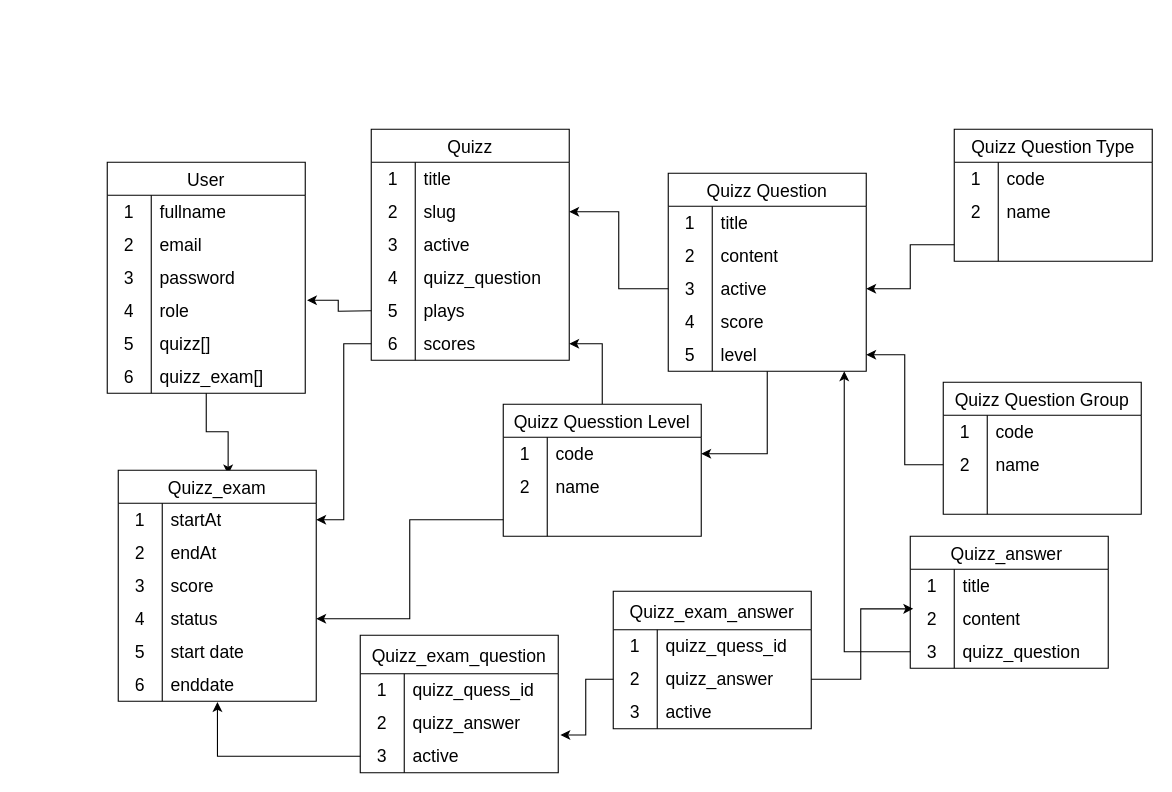
Before: Biểu đồ không có tiêu đề.drawio in dangtienhungdev/porfolio-sale-course, a draw.io diagram. Source tidied: cells renumbered, new cells numbered last; positions are measured from the earlier drawing's top-left corner, leaving out a move shared by most shapes. Both pictures are drawn from the tidied source at 110%, with x=0, y=0 at pixel (107, 129).
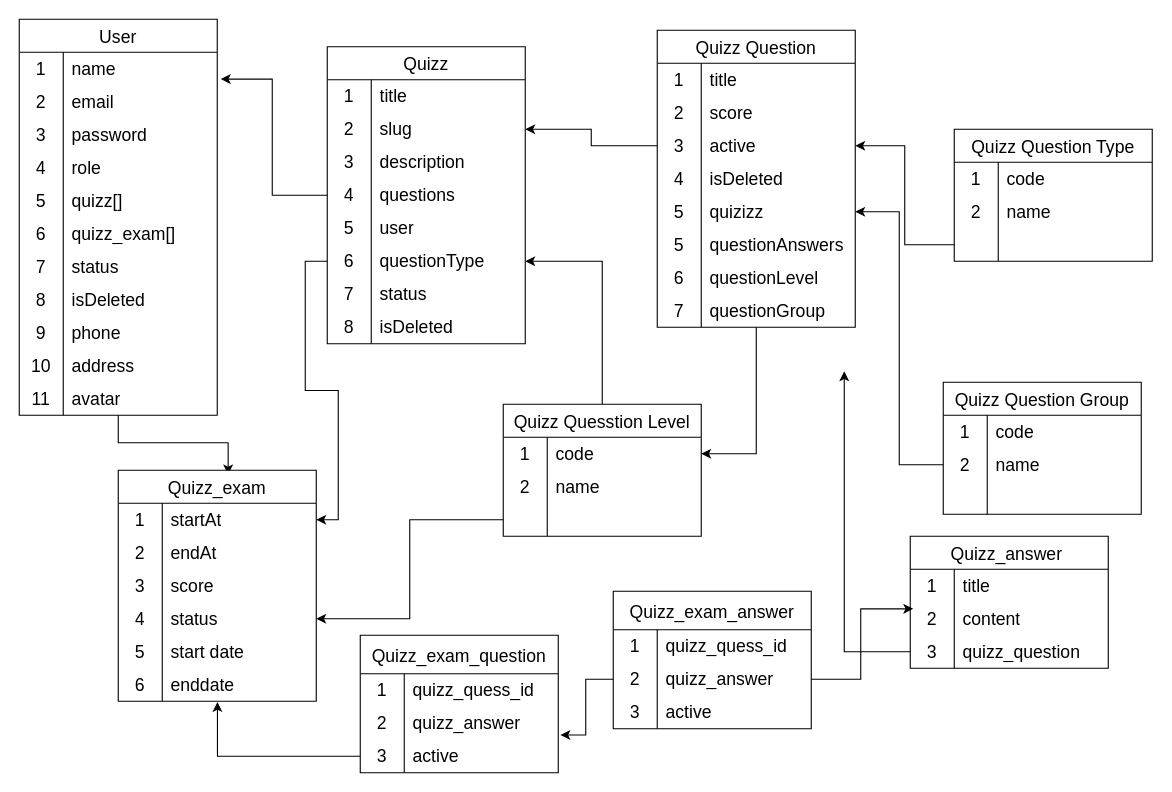
Above is the later version.

The change refers to these unchanged cells:
```xml
<mxCell id="4" style="shape=tableRow;horizontal=0;startSize=0;swimlaneHead=0;swimlaneBody=0;top=0;left=0;bottom=0;right=0;fillColor=none;points=[[0,0.5],[1,0.5]];portConstraint=eastwest;strokeColor=inherit;fontSize=16;" parent="3" vertex="1">
  <mxGeometry y="30" width="180" height="30" as="geometry" />
</mxCell>
<mxCell id="13" style="shape=tableRow;horizontal=0;startSize=0;swimlaneHead=0;swimlaneBody=0;top=0;left=0;bottom=0;right=0;fillColor=none;points=[[0,0.5],[1,0.5]];portConstraint=eastwest;strokeColor=inherit;fontSize=16;" parent="3" vertex="1">
  <mxGeometry y="120" width="180" height="30" as="geometry" />
</mxCell>
<mxCell id="27" style="shape=tableRow;horizontal=0;startSize=0;swimlaneHead=0;swimlaneBody=0;top=0;left=0;bottom=0;right=0;fillColor=none;strokeColor=inherit;fontSize=16;" parent="23" vertex="1">
  <mxGeometry y="60" width="180" height="30" as="geometry" />
</mxCell>
<mxCell id="33" style="shape=tableRow;horizontal=0;startSize=0;swimlaneHead=0;swimlaneBody=0;top=0;left=0;bottom=0;right=0;fillColor=none;strokeColor=inherit;fontSize=16;" parent="23" vertex="1">
  <mxGeometry y="120" width="180" height="30" as="geometry" />
</mxCell>
<mxCell id="36" style="shape=tableRow;horizontal=0;startSize=0;swimlaneHead=0;swimlaneBody=0;top=0;left=0;bottom=0;right=0;fillColor=none;points=[[0,0.5],[1,0.5]];portConstraint=eastwest;strokeColor=inherit;fontSize=16;" parent="23" vertex="1">
  <mxGeometry y="150" width="180" height="30" as="geometry" />
</mxCell>
<mxCell id="66" style="shape=tableRow;horizontal=0;startSize=0;swimlaneHead=0;swimlaneBody=0;top=0;left=0;bottom=0;right=0;fillColor=none;strokeColor=inherit;fontSize=16;" parent="59" vertex="1">
  <mxGeometry y="90" width="180" height="30" as="geometry" />
</mxCell>
<mxCell id="69" style="shape=tableRow;horizontal=0;startSize=0;swimlaneHead=0;swimlaneBody=0;top=0;left=0;bottom=0;right=0;fillColor=none;points=[[0,0.5],[1,0.5]];portConstraint=eastwest;strokeColor=inherit;fontSize=16;" parent="59" vertex="1">
  <mxGeometry y="120" width="180" height="30" as="geometry" />
</mxCell>
<mxCell id="72" style="shape=tableRow;horizontal=0;startSize=0;swimlaneHead=0;swimlaneBody=0;top=0;left=0;bottom=0;right=0;fillColor=none;strokeColor=inherit;fontSize=16;" parent="59" vertex="1">
  <mxGeometry y="150" width="180" height="30" as="geometry" />
</mxCell>
<mxCell id="75" style="shape=tableRow;horizontal=0;startSize=0;swimlaneHead=0;swimlaneBody=0;top=0;left=0;bottom=0;right=0;fillColor=none;points=[[0,0.5],[1,0.5]];portConstraint=eastwest;strokeColor=inherit;fontSize=16;" parent="59" vertex="1">
  <mxGeometry y="180" width="180" height="30" as="geometry" />
</mxCell>
```

What changed in the source:
```diff
@@
     <mxCell id="3" value="User" style="shape=table;startSize=30;childLayout=tableLayout;rowLines=0;fontStyle=0;strokeColor=default;fontSize=16;" parent="1" vertex="1">
-      <mxGeometry y="30" width="180" height="210" as="geometry" />
+      <mxGeometry x="-80" y="-100" width="180" height="360" as="geometry" />
     </mxCell>
@@
-    <mxCell id="6" value="fullname" style="shape=partialRectangle;html=1;whiteSpace=wrap;fillColor=none;top=0;left=0;bottom=0;right=0;align=left;spacingLeft=6;overflow=hidden;strokeColor=inherit;fontSize=16;" parent="4" vertex="1">
+    <mxCell id="6" value="name" style="shape=partialRectangle;html=1;whiteSpace=wrap;fillColor=none;top=0;left=0;bottom=0;right=0;align=left;spacingLeft=6;overflow=hidden;strokeColor=inherit;fontSize=16;" parent="4" vertex="1">
       <mxGeometry x="40" width="140" height="30" as="geometry" />
     </mxCell>
@@
+    <mxCell id="149" style="shape=tableRow;horizontal=0;startSize=0;swimlaneHead=0;swimlaneBody=0;top=0;left=0;bottom=0;right=0;fillColor=none;strokeColor=inherit;fontSize=16;" parent="3" vertex="1">
+      <mxGeometry y="210" width="180" height="30" as="geometry" />
+    </mxCell>
+    <mxCell id="150" value="7" style="shape=partialRectangle;html=1;whiteSpace=wrap;fillColor=none;top=0;left=0;bottom=0;right=0;overflow=hidden;strokeColor=inherit;fontSize=16;" parent="149" vertex="1">
+      <mxGeometry width="40" height="30" as="geometry" />
+    </mxCell>
+    <mxCell id="151" value="status" style="shape=partialRectangle;html=1;whiteSpace=wrap;fillColor=none;top=0;left=0;bottom=0;right=0;align=left;spacingLeft=6;overflow=hidden;strokeColor=inherit;fontSize=16;" parent="149" vertex="1">
+      <mxGeometry x="40" width="140" height="30" as="geometry" />
+    </mxCell>
+    <mxCell id="152" style="shape=tableRow;horizontal=0;startSize=0;swimlaneHead=0;swimlaneBody=0;top=0;left=0;bottom=0;right=0;fillColor=none;strokeColor=inherit;fontSize=16;" parent="3" vertex="1">
+      <mxGeometry y="240" width="180" height="30" as="geometry" />
+    </mxCell>
+    <mxCell id="153" value="8" style="shape=partialRectangle;html=1;whiteSpace=wrap;fillColor=none;top=0;left=0;bottom=0;right=0;overflow=hidden;strokeColor=inherit;fontSize=16;" parent="152" vertex="1">
+      <mxGeometry width="40" height="30" as="geometry" />
+    </mxCell>
+    <mxCell id="154" value="isDeleted" style="shape=partialRectangle;html=1;whiteSpace=wrap;fillColor=none;top=0;left=0;bottom=0;right=0;align=left;spacingLeft=6;overflow=hidden;strokeColor=inherit;fontSize=16;" parent="152" vertex="1">
+      <mxGeometry x="40" width="140" height="30" as="geometry" />
+    </mxCell>
+    <mxCell id="155" style="shape=tableRow;horizontal=0;startSize=0;swimlaneHead=0;swimlaneBody=0;top=0;left=0;bottom=0;right=0;fillColor=none;strokeColor=inherit;fontSize=16;" parent="3" vertex="1">
+      <mxGeometry y="270" width="180" height="30" as="geometry" />
+    </mxCell>
+    <mxCell id="156" value="9" style="shape=partialRectangle;html=1;whiteSpace=wrap;fillColor=none;top=0;left=0;bottom=0;right=0;overflow=hidden;strokeColor=inherit;fontSize=16;" parent="155" vertex="1">
+      <mxGeometry width="40" height="30" as="geometry" />
+    </mxCell>
+    <mxCell id="157" value="phone" style="shape=partialRectangle;html=1;whiteSpace=wrap;fillColor=none;top=0;left=0;bottom=0;right=0;align=left;spacingLeft=6;overflow=hidden;strokeColor=inherit;fontSize=16;" parent="155" vertex="1">
+      <mxGeometry x="40" width="140" height="30" as="geometry" />
+    </mxCell>
+    <mxCell id="158" style="shape=tableRow;horizontal=0;startSize=0;swimlaneHead=0;swimlaneBody=0;top=0;left=0;bottom=0;right=0;fillColor=none;strokeColor=inherit;fontSize=16;" parent="3" vertex="1">
+      <mxGeometry y="300" width="180" height="30" as="geometry" />
+    </mxCell>
+    <mxCell id="159" value="10" style="shape=partialRectangle;html=1;whiteSpace=wrap;fillColor=none;top=0;left=0;bottom=0;right=0;overflow=hidden;strokeColor=inherit;fontSize=16;" parent="158" vertex="1">
+      <mxGeometry width="40" height="30" as="geometry" />
+    </mxCell>
+    <mxCell id="160" value="address" style="shape=partialRectangle;html=1;whiteSpace=wrap;fillColor=none;top=0;left=0;bottom=0;right=0;align=left;spacingLeft=6;overflow=hidden;strokeColor=inherit;fontSize=16;" parent="158" vertex="1">
+      <mxGeometry x="40" width="140" height="30" as="geometry" />
+    </mxCell>
+    <mxCell id="161" style="shape=tableRow;horizontal=0;startSize=0;swimlaneHead=0;swimlaneBody=0;top=0;left=0;bottom=0;right=0;fillColor=none;strokeColor=inherit;fontSize=16;" parent="3" vertex="1">
+      <mxGeometry y="330" width="180" height="30" as="geometry" />
+    </mxCell>
+    <mxCell id="162" value="11" style="shape=partialRectangle;html=1;whiteSpace=wrap;fillColor=none;top=0;left=0;bottom=0;right=0;overflow=hidden;strokeColor=inherit;fontSize=16;" parent="161" vertex="1">
+      <mxGeometry width="40" height="30" as="geometry" />
+    </mxCell>
+    <mxCell id="163" value="avatar" style="shape=partialRectangle;html=1;whiteSpace=wrap;fillColor=none;top=0;left=0;bottom=0;right=0;align=left;spacingLeft=6;overflow=hidden;strokeColor=inherit;fontSize=16;" parent="161" vertex="1">
+      <mxGeometry x="40" width="140" height="30" as="geometry" />
+    </mxCell>
@@
     <mxCell id="23" value="Quizz Question" style="shape=table;startSize=30;childLayout=tableLayout;rowLines=0;fontStyle=0;strokeColor=default;fontSize=16;" parent="1" vertex="1">
-      <mxGeometry x="510" y="40" width="180" height="180" as="geometry" />
+      <mxGeometry x="500" y="-90" width="180" height="270" as="geometry" />
     </mxCell>
@@
-    <mxCell id="29" value="content" style="shape=partialRectangle;html=1;whiteSpace=wrap;fillColor=none;top=0;left=0;bottom=0;right=0;align=left;spacingLeft=6;overflow=hidden;strokeColor=inherit;fontSize=16;" parent="27" vertex="1">
+    <mxCell id="29" value="score" style="shape=partialRectangle;html=1;whiteSpace=wrap;fillColor=none;top=0;left=0;bottom=0;right=0;align=left;spacingLeft=6;overflow=hidden;strokeColor=inherit;fontSize=16;" parent="27" vertex="1">
       <mxGeometry x="40" width="140" height="30" as="geometry" />
     </mxCell>
@@
-    <mxCell id="35" value="score" style="shape=partialRectangle;html=1;whiteSpace=wrap;fillColor=none;top=0;left=0;bottom=0;right=0;align=left;spacingLeft=6;overflow=hidden;strokeColor=inherit;fontSize=16;" parent="33" vertex="1">
+    <mxCell id="35" value="isDeleted" style="shape=partialRectangle;html=1;whiteSpace=wrap;fillColor=none;top=0;left=0;bottom=0;right=0;align=left;spacingLeft=6;overflow=hidden;strokeColor=inherit;fontSize=16;" parent="33" vertex="1">
       <mxGeometry x="40" width="140" height="30" as="geometry" />
     </mxCell>
@@
-    <mxCell id="38" value="level" style="shape=partialRectangle;html=1;whiteSpace=wrap;fillColor=none;top=0;left=0;bottom=0;right=0;align=left;spacingLeft=6;overflow=hidden;strokeColor=inherit;fontSize=16;" parent="36" vertex="1">
+    <mxCell id="38" value="quizizz" style="shape=partialRectangle;html=1;whiteSpace=wrap;fillColor=none;top=0;left=0;bottom=0;right=0;align=left;spacingLeft=6;overflow=hidden;strokeColor=inherit;fontSize=16;" parent="36" vertex="1">
       <mxGeometry x="40" width="140" height="30" as="geometry" />
     </mxCell>
+    <mxCell id="164" style="shape=tableRow;horizontal=0;startSize=0;swimlaneHead=0;swimlaneBody=0;top=0;left=0;bottom=0;right=0;fillColor=none;strokeColor=inherit;fontSize=16;" parent="23" vertex="1">
+      <mxGeometry y="180" width="180" height="30" as="geometry" />
+    </mxCell>
+    <mxCell id="165" value="5" style="shape=partialRectangle;html=1;whiteSpace=wrap;fillColor=none;top=0;left=0;bottom=0;right=0;overflow=hidden;strokeColor=inherit;fontSize=16;" parent="164" vertex="1">
+      <mxGeometry width="40" height="30" as="geometry" />
+    </mxCell>
+    <mxCell id="166" value="questionAnswers" style="shape=partialRectangle;html=1;whiteSpace=wrap;fillColor=none;top=0;left=0;bottom=0;right=0;align=left;spacingLeft=6;overflow=hidden;strokeColor=inherit;fontSize=16;" parent="164" vertex="1">
+      <mxGeometry x="40" width="140" height="30" as="geometry" />
+    </mxCell>
+    <mxCell id="167" style="shape=tableRow;horizontal=0;startSize=0;swimlaneHead=0;swimlaneBody=0;top=0;left=0;bottom=0;right=0;fillColor=none;strokeColor=inherit;fontSize=16;" parent="23" vertex="1">
+      <mxGeometry y="210" width="180" height="30" as="geometry" />
+    </mxCell>
+    <mxCell id="168" value="6" style="shape=partialRectangle;html=1;whiteSpace=wrap;fillColor=none;top=0;left=0;bottom=0;right=0;overflow=hidden;strokeColor=inherit;fontSize=16;" parent="167" vertex="1">
+      <mxGeometry width="40" height="30" as="geometry" />
+    </mxCell>
+    <mxCell id="169" value="questionLevel" style="shape=partialRectangle;html=1;whiteSpace=wrap;fillColor=none;top=0;left=0;bottom=0;right=0;align=left;spacingLeft=6;overflow=hidden;strokeColor=inherit;fontSize=16;" parent="167" vertex="1">
+      <mxGeometry x="40" width="140" height="30" as="geometry" />
+    </mxCell>
+    <mxCell id="170" style="shape=tableRow;horizontal=0;startSize=0;swimlaneHead=0;swimlaneBody=0;top=0;left=0;bottom=0;right=0;fillColor=none;strokeColor=inherit;fontSize=16;" parent="23" vertex="1">
+      <mxGeometry y="240" width="180" height="30" as="geometry" />
+    </mxCell>
+    <mxCell id="171" value="7" style="shape=partialRectangle;html=1;whiteSpace=wrap;fillColor=none;top=0;left=0;bottom=0;right=0;overflow=hidden;strokeColor=inherit;fontSize=16;" parent="170" vertex="1">
+      <mxGeometry width="40" height="30" as="geometry" />
+    </mxCell>
+    <mxCell id="172" value="questionGroup" style="shape=partialRectangle;html=1;whiteSpace=wrap;fillColor=none;top=0;left=0;bottom=0;right=0;align=left;spacingLeft=6;overflow=hidden;strokeColor=inherit;fontSize=16;" parent="170" vertex="1">
+      <mxGeometry x="40" width="140" height="30" as="geometry" />
+    </mxCell>
@@
     <mxCell id="59" value="Quizz" style="shape=table;startSize=30;childLayout=tableLayout;rowLines=0;fontStyle=0;strokeColor=default;fontSize=16;" parent="1" vertex="1">
-      <mxGeometry x="240" width="180" height="210" as="geometry" />
+      <mxGeometry x="200" y="-75" width="180" height="270" as="geometry" />
     </mxCell>
@@
-    <mxCell id="68" value="active" style="shape=partialRectangle;html=1;whiteSpace=wrap;fillColor=none;top=0;left=0;bottom=0;right=0;align=left;spacingLeft=6;overflow=hidden;strokeColor=inherit;fontSize=16;" parent="66" vertex="1">
+    <mxCell id="68" value="description" style="shape=partialRectangle;html=1;whiteSpace=wrap;fillColor=none;top=0;left=0;bottom=0;right=0;align=left;spacingLeft=6;overflow=hidden;strokeColor=inherit;fontSize=16;" parent="66" vertex="1">
       <mxGeometry x="40" width="140" height="30" as="geometry" />
     </mxCell>
@@
-    <mxCell id="71" value="quizz_question" style="shape=partialRectangle;html=1;whiteSpace=wrap;fillColor=none;top=0;left=0;bottom=0;right=0;align=left;spacingLeft=6;overflow=hidden;strokeColor=inherit;fontSize=16;" parent="69" vertex="1">
+    <mxCell id="71" value="questions" style="shape=partialRectangle;html=1;whiteSpace=wrap;fillColor=none;top=0;left=0;bottom=0;right=0;align=left;spacingLeft=6;overflow=hidden;strokeColor=inherit;fontSize=16;" parent="69" vertex="1">
       <mxGeometry x="40" width="140" height="30" as="geometry" />
     </mxCell>
@@
-    <mxCell id="74" value="plays" style="shape=partialRectangle;html=1;whiteSpace=wrap;fillColor=none;top=0;left=0;bottom=0;right=0;align=left;spacingLeft=6;overflow=hidden;strokeColor=inherit;fontSize=16;" parent="72" vertex="1">
+    <mxCell id="74" value="user" style="shape=partialRectangle;html=1;whiteSpace=wrap;fillColor=none;top=0;left=0;bottom=0;right=0;align=left;spacingLeft=6;overflow=hidden;strokeColor=inherit;fontSize=16;" parent="72" vertex="1">
       <mxGeometry x="40" width="140" height="30" as="geometry" />
     </mxCell>
@@
-    <mxCell id="77" value="scores" style="shape=partialRectangle;html=1;whiteSpace=wrap;fillColor=none;top=0;left=0;bottom=0;right=0;align=left;spacingLeft=6;overflow=hidden;strokeColor=inherit;fontSize=16;" parent="75" vertex="1">
+    <mxCell id="77" value="questionType" style="shape=partialRectangle;html=1;whiteSpace=wrap;fillColor=none;top=0;left=0;bottom=0;right=0;align=left;spacingLeft=6;overflow=hidden;strokeColor=inherit;fontSize=16;" parent="75" vertex="1">
       <mxGeometry x="40" width="140" height="30" as="geometry" />
     </mxCell>
+    <mxCell id="173" style="shape=tableRow;horizontal=0;startSize=0;swimlaneHead=0;swimlaneBody=0;top=0;left=0;bottom=0;right=0;fillColor=none;strokeColor=inherit;fontSize=16;" parent="59" vertex="1">
+      <mxGeometry y="210" width="180" height="30" as="geometry" />
+    </mxCell>
+    <mxCell id="174" value="7" style="shape=partialRectangle;html=1;whiteSpace=wrap;fillColor=none;top=0;left=0;bottom=0;right=0;overflow=hidden;strokeColor=inherit;fontSize=16;" parent="173" vertex="1">
+      <mxGeometry width="40" height="30" as="geometry" />
+    </mxCell>
+    <mxCell id="175" value="status" style="shape=partialRectangle;html=1;whiteSpace=wrap;fillColor=none;top=0;left=0;bottom=0;right=0;align=left;spacingLeft=6;overflow=hidden;strokeColor=inherit;fontSize=16;" parent="173" vertex="1">
+      <mxGeometry x="40" width="140" height="30" as="geometry" />
+    </mxCell>
+    <mxCell id="176" style="shape=tableRow;horizontal=0;startSize=0;swimlaneHead=0;swimlaneBody=0;top=0;left=0;bottom=0;right=0;fillColor=none;strokeColor=inherit;fontSize=16;" parent="59" vertex="1">
+      <mxGeometry y="240" width="180" height="30" as="geometry" />
+    </mxCell>
+    <mxCell id="177" value="8" style="shape=partialRectangle;html=1;whiteSpace=wrap;fillColor=none;top=0;left=0;bottom=0;right=0;overflow=hidden;strokeColor=inherit;fontSize=16;" parent="176" vertex="1">
+      <mxGeometry width="40" height="30" as="geometry" />
+    </mxCell>
+    <mxCell id="178" value="isDeleted" style="shape=partialRectangle;html=1;whiteSpace=wrap;fillColor=none;top=0;left=0;bottom=0;right=0;align=left;spacingLeft=6;overflow=hidden;strokeColor=inherit;fontSize=16;" parent="176" vertex="1">
+      <mxGeometry x="40" width="140" height="30" as="geometry" />
+    </mxCell>
@@
-    <mxCell id="89" style="edgeStyle=orthogonalEdgeStyle;rounded=0;jettySize=auto;html=1;entryX=1.009;entryY=0.183;entryDx=0;entryDy=0;entryPerimeter=0;" parent="1" edge="1" target="13">
-      <mxGeometry relative="1" as="geometry">
-        <mxPoint x="240" y="165" as="sourcePoint" />
-      </mxGeometry>
-    </mxCell>
@@
+    <mxCell id="179" style="edgeStyle=orthogonalEdgeStyle;rounded=0;jettySize=auto;html=1;entryX=1.018;entryY=0.814;entryDx=0;entryDy=0;entryPerimeter=0;" parent="1" edge="1" source="69" target="4">
+      <mxGeometry relative="1" as="geometry" />
+    </mxCell>
```
